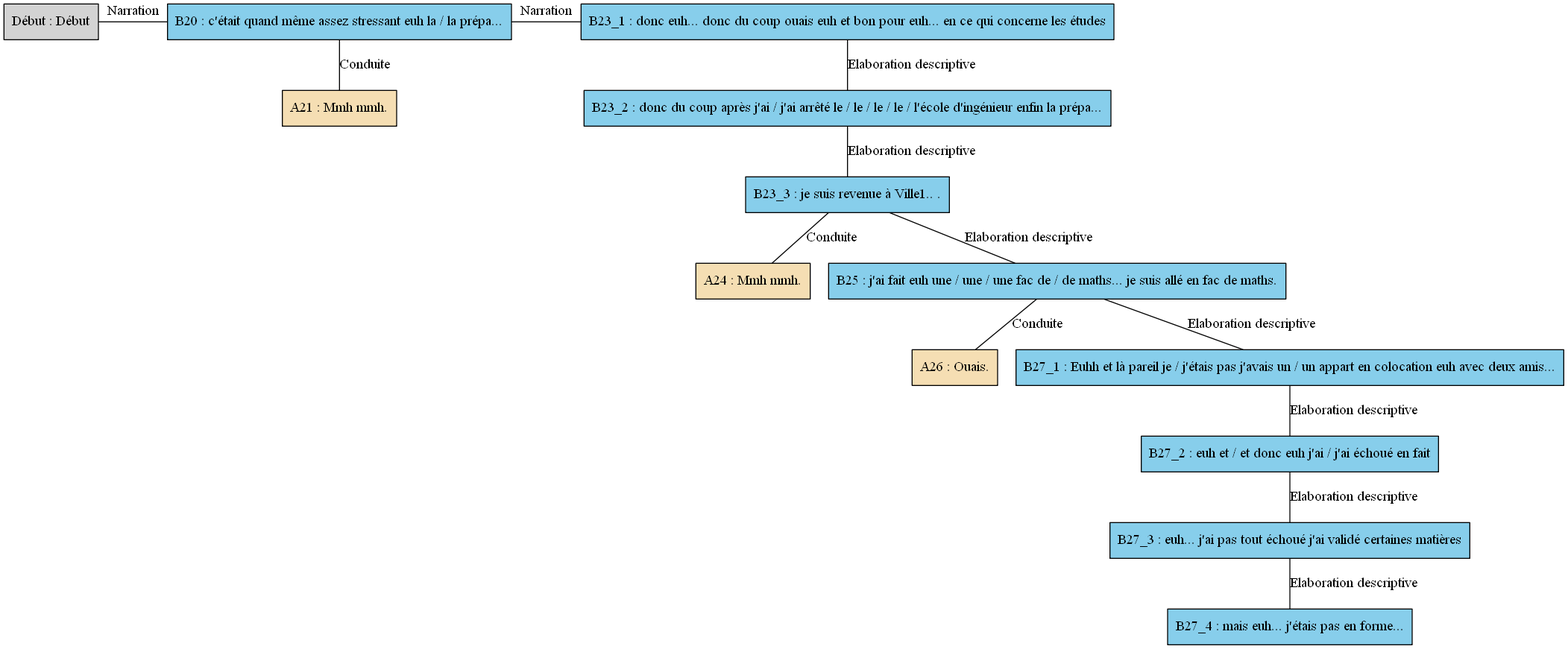
Earlier version of the Graphviz export arbres/Nord/Nord_-_A04.gv.png (AlaixComet/AnnotationSlamPTut). Its source is kept beside it as arbres/Nord/Nord_-_A04.gv. Source of this version:
```dot
digraph A04 {
	node [shape=box style=filled]
	"Début" [label="Début : Début"]
	B20 [label="B20 : c'était quand même assez stressant euh la / la prépa..." fillcolor=skyblue]
	A21 [label="A21 : Mmh mmh." fillcolor=wheat]
	B23_1 [label="B23_1 : donc euh... donc du coup ouais euh et bon pour euh... en ce qui concerne les études" fillcolor=skyblue]
	B23_2 [label="B23_2 : donc du coup après j'ai / j'ai arrêté le / le / le / le / l'école d'ingénieur enfin la prépa..." fillcolor=skyblue]
	B23_3 [label="B23_3 : je suis revenue à Ville1.. ." fillcolor=skyblue]
	A24 [label="A24 : Mmh mmh." fillcolor=wheat]
	B25 [label="B25 : j'ai fait euh une / une / une fac de / de maths... je suis allé en fac de maths." fillcolor=skyblue]
	A26 [label="A26 : Ouais." fillcolor=wheat]
	B27_1 [label="B27_1 : Euhh et là pareil je / j'étais pas j'avais un / un appart en colocation euh avec deux amis..." fillcolor=skyblue]
	B27_2 [label="B27_2 : euh et / et donc euh j'ai / j'ai échoué en fait" fillcolor=skyblue]
	B27_3 [label="B27_3 : euh... j'ai pas tout échoué j'ai validé certaines matières" fillcolor=skyblue]
	B27_4 [label="B27_4 : mais euh... j'étais pas en forme..." fillcolor=skyblue]
	{
		rank=same
		"Début"
		B20
		"Début" -> B20 [label=Narration dir=none]
	}
	B20 -> A21 [label=Conduite dir=none]
	{
		rank=same
		B20
		B23_1
		B20 -> B23_1 [label=Narration dir=none]
	}
	B23_1 -> B23_2 [label="Elaboration descriptive" dir=none]
	B23_2 -> B23_3 [label="Elaboration descriptive" dir=none]
	B23_3 -> A24 [label=Conduite dir=none]
	B23_3 -> B25 [label="Elaboration descriptive" dir=none]
	B25 -> A26 [label=Conduite dir=none]
	B25 -> B27_1 [label="Elaboration descriptive" dir=none]
	B27_2 -> B27_3 [label="Elaboration descriptive" dir=none]
	B27_1 -> B27_2 [label="Elaboration descriptive" dir=none]
	B27_3 -> B27_4 [label="Elaboration descriptive" dir=none]
}
```
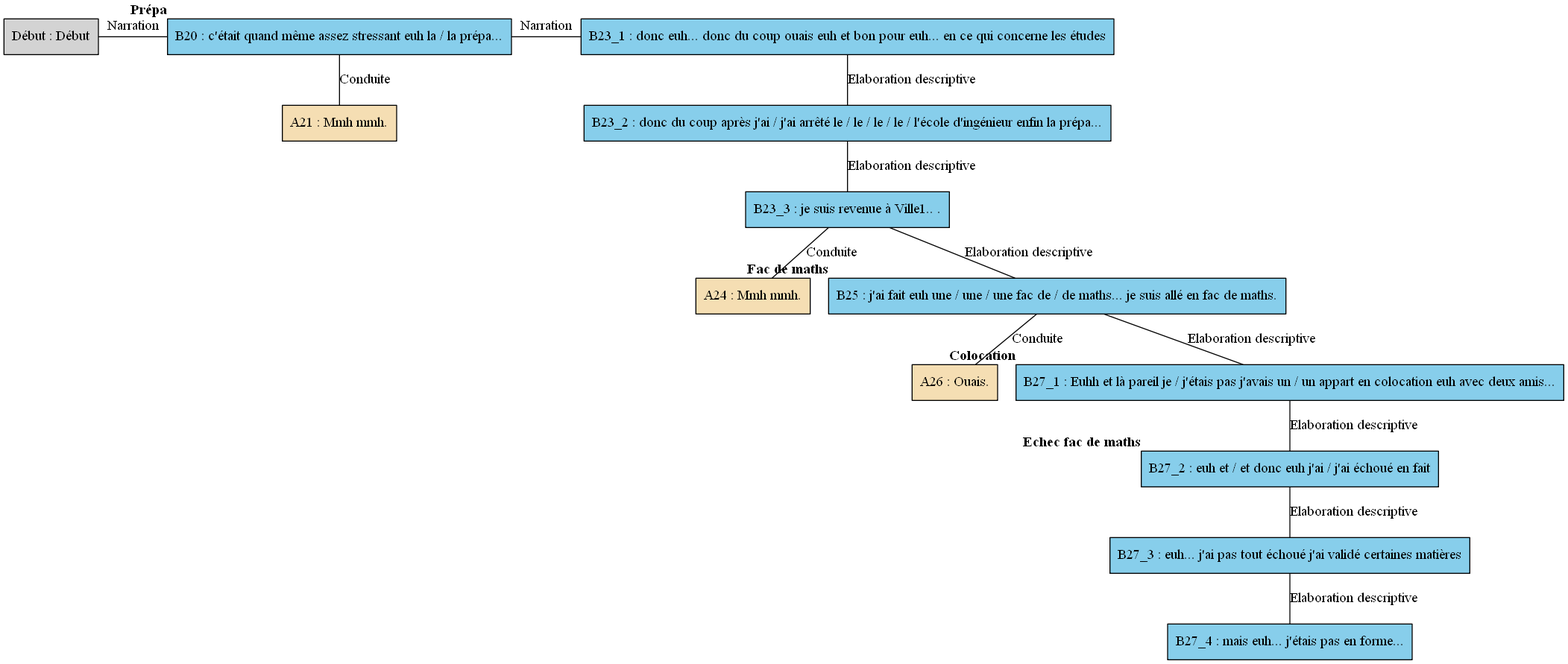
After the commit.

The edit, as a diff of the source:
```diff
@@ -1,18 +1,18 @@
 digraph A04 {
 	node [shape=box style=filled]
-	"Début" [label="Début : Début"]
-	B20 [label="B20 : c'était quand même assez stressant euh la / la prépa..." fillcolor=skyblue]
-	A21 [label="A21 : Mmh mmh." fillcolor=wheat]
-	B23_1 [label="B23_1 : donc euh... donc du coup ouais euh et bon pour euh... en ce qui concerne les études" fillcolor=skyblue]
-	B23_2 [label="B23_2 : donc du coup après j'ai / j'ai arrêté le / le / le / le / l'école d'ingénieur enfin la prépa..." fillcolor=skyblue]
-	B23_3 [label="B23_3 : je suis revenue à Ville1.. ." fillcolor=skyblue]
-	A24 [label="A24 : Mmh mmh." fillcolor=wheat]
-	B25 [label="B25 : j'ai fait euh une / une / une fac de / de maths... je suis allé en fac de maths." fillcolor=skyblue]
-	A26 [label="A26 : Ouais." fillcolor=wheat]
-	B27_1 [label="B27_1 : Euhh et là pareil je / j'étais pas j'avais un / un appart en colocation euh avec deux amis..." fillcolor=skyblue]
-	B27_2 [label="B27_2 : euh et / et donc euh j'ai / j'ai échoué en fait" fillcolor=skyblue]
-	B27_3 [label="B27_3 : euh... j'ai pas tout échoué j'ai validé certaines matières" fillcolor=skyblue]
-	B27_4 [label="B27_4 : mais euh... j'étais pas en forme..." fillcolor=skyblue]
+	"Début" [label="Début : Début" xlabel=""]
+	B20 [label="B20 : c'était quand même assez stressant euh la / la prépa..." fillcolor=skyblue xlabel=<<B>Prépa</B>>]
+	A21 [label="A21 : Mmh mmh." fillcolor=wheat xlabel=""]
+	B23_1 [label="B23_1 : donc euh... donc du coup ouais euh et bon pour euh... en ce qui concerne les études" fillcolor=skyblue xlabel=""]
+	B23_2 [label="B23_2 : donc du coup après j'ai / j'ai arrêté le / le / le / le / l'école d'ingénieur enfin la prépa..." fillcolor=skyblue xlabel=""]
+	B23_3 [label="B23_3 : je suis revenue à Ville1.. ." fillcolor=skyblue xlabel=""]
+	A24 [label="A24 : Mmh mmh." fillcolor=wheat xlabel=""]
+	B25 [label="B25 : j'ai fait euh une / une / une fac de / de maths... je suis allé en fac de maths." fillcolor=skyblue xlabel=<<B>Fac de maths</B>>]
+	A26 [label="A26 : Ouais." fillcolor=wheat xlabel=""]
+	B27_1 [label="B27_1 : Euhh et là pareil je / j'étais pas j'avais un / un appart en colocation euh avec deux amis..." fillcolor=skyblue xlabel=<<B>Colocation</B>>]
+	B27_2 [label="B27_2 : euh et / et donc euh j'ai / j'ai échoué en fait" fillcolor=skyblue xlabel=<<B>Echec fac de maths</B>>]
+	B27_3 [label="B27_3 : euh... j'ai pas tout échoué j'ai validé certaines matières" fillcolor=skyblue xlabel=""]
+	B27_4 [label="B27_4 : mais euh... j'étais pas en forme..." fillcolor=skyblue xlabel=""]
 	{
 		rank=same
 		"Début"
```
